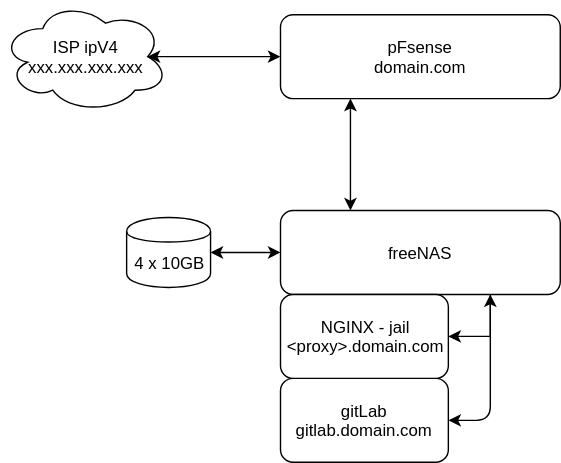
Before: docs/images/lls-infrastructure-diagram.svg, a diagram exported from draw.io (looseleaf/lls-nodejs-test). Source tidied: cells renumbered, new cells last; positions are measured from the earlier drawing's top-left corner, leaving out a move shared by most shapes.
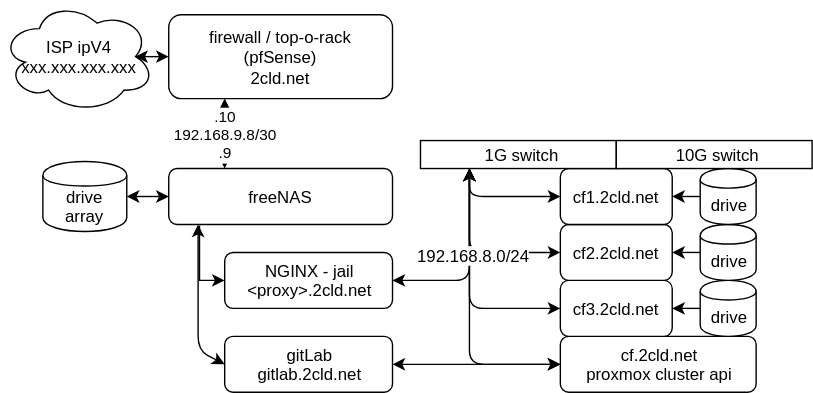
After the commit.

The edit, as a diff of the source:
```diff
@@ -2,42 +2,133 @@
   <root>
     <mxCell id="0" />
     <mxCell id="1" parent="0" />
+    <mxCell id="13" style="endArrow=classic;startArrow=classic;html=1;entryX=0;entryY=0.5;entryDx=0;entryDy=0;exitX=0.25;exitY=1;exitDx=0;exitDy=0;" parent="1" edge="1" source="29" target="21">
+      <mxGeometry relative="1" as="geometry">
+        <Array as="points">
+          <mxPoint x="295" y="170" />
+        </Array>
+      </mxGeometry>
+    </mxCell>
     <mxCell id="2" value="ISP ipV4&lt;br&gt;xxx.xxx.xxx.xxx&lt;br&gt;" style="ellipse;shape=cloud;whiteSpace=wrap;html=1;" parent="1" vertex="1">
-      <mxGeometry width="120" height="80" as="geometry" />
+      <mxGeometry x="-40" y="-10" width="110" height="80" as="geometry" />
     </mxCell>
-    <mxCell id="3" value="4 x 10GB" style="shape=cylinder;whiteSpace=wrap;html=1;boundedLbl=1;backgroundOutline=1;" parent="1" vertex="1">
-      <mxGeometry x="90" y="155" width="60" height="50" as="geometry" />
+    <mxCell id="3" value="drive&lt;br&gt;array&lt;br&gt;" style="shape=cylinder;whiteSpace=wrap;html=1;boundedLbl=1;backgroundOutline=1;" parent="1" vertex="1">
+      <mxGeometry x="-10" y="105" width="60" height="50" as="geometry" />
     </mxCell>
-    <mxCell id="4" value="pFsense&lt;br&gt;domain.com&lt;br&gt;" style="rounded=1;whiteSpace=wrap;html=1;" parent="1" vertex="1">
-      <mxGeometry x="200" y="10" width="200" height="60" as="geometry" />
+    <mxCell id="4" value="firewall / top-o-rack&lt;br&gt;(pfSense)&lt;br&gt;2cld.net&lt;br&gt;" style="rounded=1;whiteSpace=wrap;html=1;" parent="1" vertex="1">
+      <mxGeometry x="80" width="160" height="60" as="geometry" />
     </mxCell>
     <mxCell id="5" style="endArrow=classic;startArrow=classic;html=1;entryX=0;entryY=0.5;entryDx=0;entryDy=0;exitX=0.875;exitY=0.5;exitDx=0;exitDy=0;exitPerimeter=0;" parent="1" edge="1" source="2" target="4">
       <mxGeometry relative="1" as="geometry" />
     </mxCell>
-    <mxCell id="6" style="edgeStyle=orthogonalEdgeStyle;rounded=0;jettySize=auto;html=1;exitX=0.75;exitY=1;exitDx=0;exitDy=0;entryX=1;entryY=0.5;entryDx=0;entryDy=0;" parent="1" edge="1" source="7" target="11">
-      <mxGeometry relative="1" as="geometry" />
+    <mxCell id="6" style="edgeStyle=orthogonalEdgeStyle;rounded=0;jettySize=auto;html=1;entryX=0;entryY=0.5;entryDx=0;entryDy=0;exitX=0.138;exitY=1.033;exitDx=0;exitDy=0;exitPerimeter=0;" parent="1" edge="1" source="7" target="11">
+      <mxGeometry relative="1" as="geometry">
+        <Array as="points">
+          <mxPoint x="102" y="190" />
+        </Array>
+      </mxGeometry>
     </mxCell>
     <mxCell id="7" value="freeNAS" style="rounded=1;whiteSpace=wrap;html=1;" parent="1" vertex="1">
-      <mxGeometry x="200" y="150" width="200" height="60" as="geometry" />
+      <mxGeometry x="80" y="110" width="160" height="40" as="geometry" />
     </mxCell>
     <mxCell id="8" style="endArrow=classic;startArrow=classic;html=1;entryX=0;entryY=0.5;entryDx=0;entryDy=0;exitX=1;exitY=0.5;exitDx=0;exitDy=0;" parent="1" edge="1" source="3" target="7">
       <mxGeometry relative="1" as="geometry" />
     </mxCell>
-    <mxCell id="9" style="endArrow=classic;startArrow=classic;html=1;entryX=0.25;entryY=1;entryDx=0;entryDy=0;exitX=0.25;exitY=0;exitDx=0;exitDy=0;" parent="1" edge="1" source="7" target="4">
+    <mxCell id="9" value=".10&lt;br&gt;192.168.9.8/30&lt;br&gt;.9&lt;br&gt;" style="endArrow=classic;startArrow=classic;html=1;entryX=0.25;entryY=1;entryDx=0;entryDy=0;exitX=0.25;exitY=0;exitDx=0;exitDy=0;" parent="1" edge="1" source="7" target="4">
       <mxGeometry relative="1" as="geometry" />
     </mxCell>
-    <mxCell id="10" value="gitLab&lt;br&gt;gitlab.domain.com&lt;br&gt;" style="rounded=1;whiteSpace=wrap;html=1;" parent="1" vertex="1">
-      <mxGeometry x="200" y="270" width="120" height="60" as="geometry" />
+    <mxCell id="10" value="gitLab&lt;br&gt;gitlab.2cld.net&lt;br&gt;" style="rounded=1;whiteSpace=wrap;html=1;" parent="1" vertex="1">
+      <mxGeometry x="120" y="230" width="120" height="40" as="geometry" />
     </mxCell>
-    <mxCell id="11" value="NGINX - jail&lt;br&gt;&amp;lt;proxy&amp;gt;.domain.com&lt;br&gt;" style="rounded=1;whiteSpace=wrap;html=1;" parent="1" vertex="1">
-      <mxGeometry x="200" y="210" width="120" height="60" as="geometry" />
+    <mxCell id="11" value="NGINX - jail&lt;br&gt;&amp;lt;proxy&amp;gt;.2cld.net&lt;br&gt;" style="rounded=1;whiteSpace=wrap;html=1;" parent="1" vertex="1">
+      <mxGeometry x="120" y="170" width="120" height="40" as="geometry" />
     </mxCell>
-    <mxCell id="12" style="endArrow=classic;startArrow=classic;html=1;entryX=0.75;entryY=1;entryDx=0;entryDy=0;exitX=1;exitY=0.5;exitDx=0;exitDy=0;" parent="1" edge="1" source="10" target="7">
+    <mxCell id="12" style="endArrow=classic;startArrow=classic;html=1;entryX=0.131;entryY=1;entryDx=0;entryDy=0;exitX=0;exitY=0.5;exitDx=0;exitDy=0;entryPerimeter=0;" parent="1" edge="1" source="10" target="7">
       <mxGeometry relative="1" as="geometry">
         <Array as="points">
-          <mxPoint x="350" y="300" />
+          <mxPoint x="101" y="240" />
         </Array>
       </mxGeometry>
     </mxCell>
+    <mxCell id="14" value="cf.2cld.net&lt;br&gt;proxmox cluster api" style="rounded=1;whiteSpace=wrap;html=1;" parent="1" vertex="1">
+      <mxGeometry x="360" y="230" width="140" height="40" as="geometry" />
+    </mxCell>
+    <mxCell id="15" style="endArrow=classic;startArrow=classic;html=1;entryX=0;entryY=0.5;entryDx=0;entryDy=0;exitX=1;exitY=0.5;exitDx=0;exitDy=0;" parent="1" edge="1" source="10" target="14">
+      <mxGeometry relative="1" as="geometry" />
+    </mxCell>
+    <mxCell id="16" style="group;" parent="1" vertex="1">
+      <mxGeometry x="360" y="190" width="140" height="40" as="geometry" />
+    </mxCell>
+    <mxCell id="17" value="cf3.2cld.net" style="rounded=1;whiteSpace=wrap;html=1;" parent="16" vertex="1">
+      <mxGeometry width="80" height="40" as="geometry" />
+    </mxCell>
+    <mxCell id="18" style="edgeStyle=elbowEdgeStyle;rounded=0;jettySize=auto;html=1;" parent="16" edge="1" source="19" target="17">
+      <mxGeometry relative="1" as="geometry" />
+    </mxCell>
+    <mxCell id="19" value="drive" style="shape=cylinder;whiteSpace=wrap;html=1;boundedLbl=1;backgroundOutline=1;" parent="16" vertex="1">
+      <mxGeometry x="100" width="40" height="40" as="geometry" />
+    </mxCell>
+    <mxCell id="20" style="group;" parent="1" vertex="1">
+      <mxGeometry x="360" y="150" width="140" height="40" as="geometry" />
+    </mxCell>
+    <mxCell id="21" value="cf2.2cld.net" style="rounded=1;whiteSpace=wrap;html=1;" parent="20" vertex="1">
+      <mxGeometry width="80" height="40" as="geometry" />
+    </mxCell>
+    <mxCell id="22" style="edgeStyle=elbowEdgeStyle;rounded=0;jettySize=auto;html=1;" parent="20" edge="1" source="23" target="21">
+      <mxGeometry relative="1" as="geometry" />
+    </mxCell>
+    <mxCell id="23" value="drive" style="shape=cylinder;whiteSpace=wrap;html=1;boundedLbl=1;backgroundOutline=1;" parent="20" vertex="1">
+      <mxGeometry x="100" width="40" height="40" as="geometry" />
+    </mxCell>
+    <mxCell id="24" style="group;" parent="1" vertex="1">
+      <mxGeometry x="360" y="110" width="140" height="40" as="geometry" />
+    </mxCell>
+    <mxCell id="25" value="cf1.2cld.net" style="rounded=1;whiteSpace=wrap;html=1;" parent="24" vertex="1">
+      <mxGeometry width="80" height="40" as="geometry" />
+    </mxCell>
+    <mxCell id="26" style="edgeStyle=elbowEdgeStyle;rounded=0;jettySize=auto;html=1;" parent="24" edge="1" source="27" target="25">
+      <mxGeometry relative="1" as="geometry" />
+    </mxCell>
+    <mxCell id="27" value="drive" style="shape=cylinder;whiteSpace=wrap;html=1;boundedLbl=1;backgroundOutline=1;" parent="24" vertex="1">
+      <mxGeometry x="100" width="40" height="40" as="geometry" />
+    </mxCell>
+    <mxCell id="28" style="endArrow=classic;startArrow=classic;html=1;entryX=0;entryY=0.5;entryDx=0;entryDy=0;exitX=0.25;exitY=1;exitDx=0;exitDy=0;" parent="1" edge="1" source="29" target="17">
+      <mxGeometry relative="1" as="geometry">
+        <Array as="points">
+          <mxPoint x="295" y="210" />
+        </Array>
+      </mxGeometry>
+    </mxCell>
+    <mxCell id="29" value="&amp;nbsp;1G switch" style="rounded=0;whiteSpace=wrap;html=1;" parent="1" vertex="1">
+      <mxGeometry x="260" y="90" width="140" height="20" as="geometry" />
+    </mxCell>
+    <mxCell id="30" style="endArrow=classic;startArrow=classic;html=1;exitX=0.25;exitY=1;exitDx=0;exitDy=0;" parent="1" edge="1" source="29">
+      <mxGeometry relative="1" as="geometry">
+        <mxPoint x="360" y="250" as="targetPoint" />
+        <Array as="points">
+          <mxPoint x="295" y="250" />
+        </Array>
+      </mxGeometry>
+    </mxCell>
+    <mxCell id="31" style="endArrow=classic;startArrow=classic;html=1;entryX=1;entryY=0.5;entryDx=0;entryDy=0;exitX=0.25;exitY=1;exitDx=0;exitDy=0;" parent="1" edge="1" source="29" target="11">
+      <mxGeometry relative="1" as="geometry">
+        <Array as="points">
+          <mxPoint x="295" y="190" />
+        </Array>
+      </mxGeometry>
+    </mxCell>
+    <mxCell id="32" value="192.168.8.0/24&lt;br&gt;" style="text;html=1;align=center;verticalAlign=middle;labelBackgroundColor=#ffffff;" parent="31" vertex="1">
+      <mxGeometry x="-0.1" y="2" relative="1" as="geometry" />
+    </mxCell>
+    <mxCell id="33" value="&amp;nbsp;10G switch" style="rounded=0;whiteSpace=wrap;html=1;" parent="1" vertex="1">
+      <mxGeometry x="400" y="90" width="140" height="20" as="geometry" />
+    </mxCell>
+    <mxCell id="34" style="endArrow=classic;startArrow=classic;html=1;entryX=0;entryY=0.5;entryDx=0;entryDy=0;exitX=0.25;exitY=1;exitDx=0;exitDy=0;" parent="1" edge="1" source="29" target="25">
+      <mxGeometry relative="1" as="geometry">
+        <Array as="points">
+          <mxPoint x="295" y="130" />
+        </Array>
+      </mxGeometry>
+    </mxCell>
   </root>
 </mxGraphModel>
```
